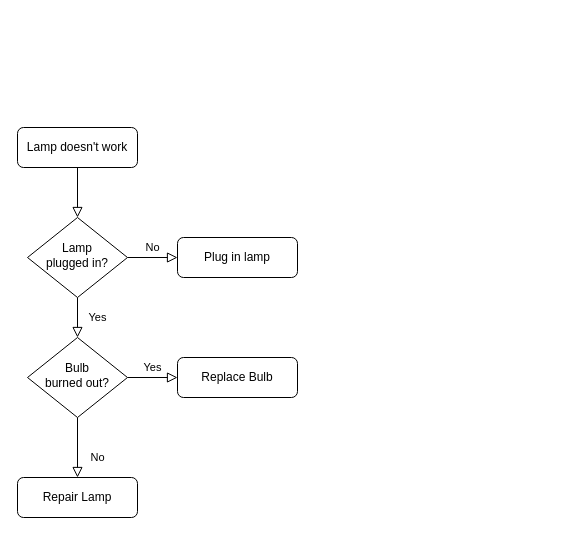
Earlier version of the draw.io diagram login business flows.drawio (mooseburgr/mooseburgr.github.io). Source tidied: cells renumbered, new cells numbered last; positions are measured from the earlier drawing's top-left corner, leaving out a move shared by most shapes. Both pictures are drawn from the tidied source at 100%, with x=0, y=0 at pixel (17, 127).
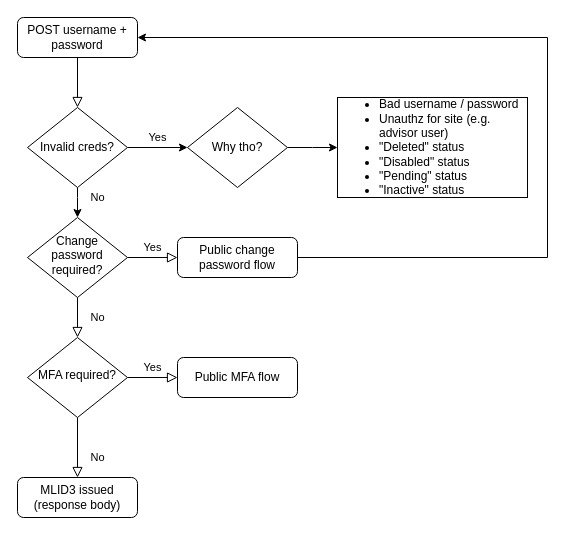
The same diagram, later.

What changed in the source:
```diff
@@
-    <mxCell id="2" style="rounded=0;html=1;jettySize=auto;fontSize=11;endArrow=block;endFill=0;endSize=8;strokeWidth=1;shadow=0;labelBackgroundColor=none;edgeStyle=orthogonalEdgeStyle;" parent="1" edge="1" source="3" target="6">
+    <mxCell id="2" style="rounded=0;html=1;jettySize=auto;fontSize=11;endArrow=block;endFill=0;endSize=8;strokeWidth=1;shadow=0;labelBackgroundColor=none;edgeStyle=orthogonalEdgeStyle;entryX=0.5;entryY=0;entryDx=0;entryDy=0;" parent="1" edge="1" source="3" target="16">
       <mxGeometry relative="1" as="geometry" />
     </mxCell>
-    <mxCell id="3" value="Lamp doesn't work" style="rounded=1;whiteSpace=wrap;html=1;fontSize=12;glass=0;strokeWidth=1;shadow=0;" parent="1" vertex="1">
-      <mxGeometry width="120" height="40" as="geometry" />
+    <mxCell id="3" value="POST username + password" style="rounded=1;whiteSpace=wrap;html=1;fontSize=12;glass=0;strokeWidth=1;shadow=0;" parent="1" vertex="1">
+      <mxGeometry y="-110" width="120" height="40" as="geometry" />
     </mxCell>
-    <mxCell id="4" value="Yes" style="rounded=0;html=1;jettySize=auto;fontSize=11;endArrow=block;endFill=0;endSize=8;strokeWidth=1;shadow=0;labelBackgroundColor=none;edgeStyle=orthogonalEdgeStyle;" parent="1" edge="1" source="6" target="10">
+    <mxCell id="4" value="No" style="rounded=0;html=1;jettySize=auto;fontSize=11;endArrow=block;endFill=0;endSize=8;strokeWidth=1;shadow=0;labelBackgroundColor=none;edgeStyle=orthogonalEdgeStyle;" parent="1" edge="1" source="6" target="10">
       <mxGeometry y="20" relative="1" as="geometry" />
     </mxCell>
-    <mxCell id="5" value="No" style="edgeStyle=orthogonalEdgeStyle;rounded=0;html=1;jettySize=auto;fontSize=11;endArrow=block;endFill=0;endSize=8;strokeWidth=1;shadow=0;labelBackgroundColor=none;" parent="1" edge="1" source="6" target="7">
+    <mxCell id="5" value="Yes" style="edgeStyle=orthogonalEdgeStyle;rounded=0;html=1;jettySize=auto;fontSize=11;endArrow=block;endFill=0;endSize=8;strokeWidth=1;shadow=0;labelBackgroundColor=none;" parent="1" edge="1" source="6" target="7">
       <mxGeometry y="10" relative="1" as="geometry" />
     </mxCell>
-    <mxCell id="6" value="Lamp&lt;br&gt;plugged in?" style="rhombus;whiteSpace=wrap;html=1;shadow=0;fontFamily=Helvetica;fontSize=12;align=center;strokeWidth=1;spacing=6;spacingTop=-4;" parent="1" vertex="1">
+    <mxCell id="6" value="Change password required?" style="rhombus;whiteSpace=wrap;html=1;shadow=0;fontFamily=Helvetica;fontSize=12;align=center;strokeWidth=1;spacing=6;spacingTop=-4;" parent="1" vertex="1">
       <mxGeometry x="10" y="90" width="100" height="80" as="geometry" />
     </mxCell>
+    <mxCell id="13" style="edgeStyle=orthogonalEdgeStyle;rounded=0;jettySize=auto;html=1;exitX=1;exitY=0.5;exitDx=0;exitDy=0;entryX=1;entryY=0.5;entryDx=0;entryDy=0;" parent="1" edge="1" source="7" target="3">
+      <mxGeometry relative="1" as="geometry">
+        <Array as="points">
+          <mxPoint x="530" y="130" />
+          <mxPoint x="530" y="-90" />
+        </Array>
+      </mxGeometry>
+    </mxCell>
-    <mxCell id="7" value="Plug in lamp" style="rounded=1;whiteSpace=wrap;html=1;fontSize=12;glass=0;strokeWidth=1;shadow=0;" parent="1" vertex="1">
+    <mxCell id="7" value="Public change password flow" style="rounded=1;whiteSpace=wrap;html=1;fontSize=12;glass=0;strokeWidth=1;shadow=0;" parent="1" vertex="1">
       <mxGeometry x="160" y="110" width="120" height="40" as="geometry" />
     </mxCell>
@@
-    <mxCell id="10" value="Bulb&lt;br&gt;burned out?" style="rhombus;whiteSpace=wrap;html=1;shadow=0;fontFamily=Helvetica;fontSize=12;align=center;strokeWidth=1;spacing=6;spacingTop=-4;" parent="1" vertex="1">
+    <mxCell id="10" value="MFA required?" style="rhombus;whiteSpace=wrap;html=1;shadow=0;fontFamily=Helvetica;fontSize=12;align=center;strokeWidth=1;spacing=6;spacingTop=-4;" parent="1" vertex="1">
       <mxGeometry x="10" y="210" width="100" height="80" as="geometry" />
     </mxCell>
-    <mxCell id="11" value="Repair Lamp" style="rounded=1;whiteSpace=wrap;html=1;fontSize=12;glass=0;strokeWidth=1;shadow=0;" parent="1" vertex="1">
+    <mxCell id="11" value="MLID3 issued&lt;br&gt;(response body)" style="rounded=1;whiteSpace=wrap;html=1;fontSize=12;glass=0;strokeWidth=1;shadow=0;" parent="1" vertex="1">
       <mxGeometry y="350" width="120" height="40" as="geometry" />
     </mxCell>
-    <mxCell id="12" value="Replace Bulb" style="rounded=1;whiteSpace=wrap;html=1;fontSize=12;glass=0;strokeWidth=1;shadow=0;" parent="1" vertex="1">
+    <mxCell id="12" value="Public MFA flow" style="rounded=1;whiteSpace=wrap;html=1;fontSize=12;glass=0;strokeWidth=1;shadow=0;" parent="1" vertex="1">
       <mxGeometry x="160" y="230" width="120" height="40" as="geometry" />
     </mxCell>
+    <mxCell id="14" value="No" style="edgeStyle=orthogonalEdgeStyle;rounded=0;jettySize=auto;html=1;exitX=0.5;exitY=1;exitDx=0;exitDy=0;entryX=0.5;entryY=0;entryDx=0;entryDy=0;" parent="1" edge="1" source="16" target="6">
+      <mxGeometry x="-0.33" y="20" relative="1" as="geometry">
+        <Array as="points">
+          <mxPoint x="60" y="70" />
+          <mxPoint x="60" y="70" />
+        </Array>
+      </mxGeometry>
+    </mxCell>
+    <mxCell id="15" value="Yes" style="edgeStyle=orthogonalEdgeStyle;rounded=0;jettySize=auto;html=1;exitX=1;exitY=0.5;exitDx=0;exitDy=0;entryX=0;entryY=0.5;entryDx=0;entryDy=0;" parent="1" edge="1" source="16" target="18">
+      <mxGeometry y="10" relative="1" as="geometry" />
+    </mxCell>
+    <mxCell id="16" value="Invalid creds?" style="rhombus;whiteSpace=wrap;html=1;" parent="1" vertex="1">
+      <mxGeometry x="10" y="-20" width="100" height="80" as="geometry" />
+    </mxCell>
+    <mxCell id="17" style="edgeStyle=orthogonalEdgeStyle;rounded=0;jettySize=auto;html=1;" parent="1" edge="1" source="18">
+      <mxGeometry relative="1" as="geometry">
+        <mxPoint x="320" y="20" as="targetPoint" />
+      </mxGeometry>
+    </mxCell>
+    <mxCell id="18" value="Why tho?" style="rhombus;whiteSpace=wrap;html=1;" parent="1" vertex="1">
+      <mxGeometry x="170" y="-20" width="100" height="80" as="geometry" />
+    </mxCell>
+    <mxCell id="19" value="&lt;div&gt;&lt;ul&gt;&lt;li&gt;Bad username / password&lt;/li&gt;&lt;li&gt;Unauthz for site (e.g. advisor user)&lt;/li&gt;&lt;li&gt;&quot;Deleted&quot; status&lt;/li&gt;&lt;li&gt;&quot;Disabled&quot; status&lt;/li&gt;&lt;li&gt;&quot;Pending&quot; status&lt;/li&gt;&lt;li&gt;&quot;Inactive&quot; status&lt;/li&gt;&lt;/ul&gt;&lt;/div&gt;" style="rounded=0;whiteSpace=wrap;html=1;shadow=0;align=left;" parent="1" vertex="1">
+      <mxGeometry x="320" y="-30" width="190" height="100" as="geometry" />
+    </mxCell>
```
